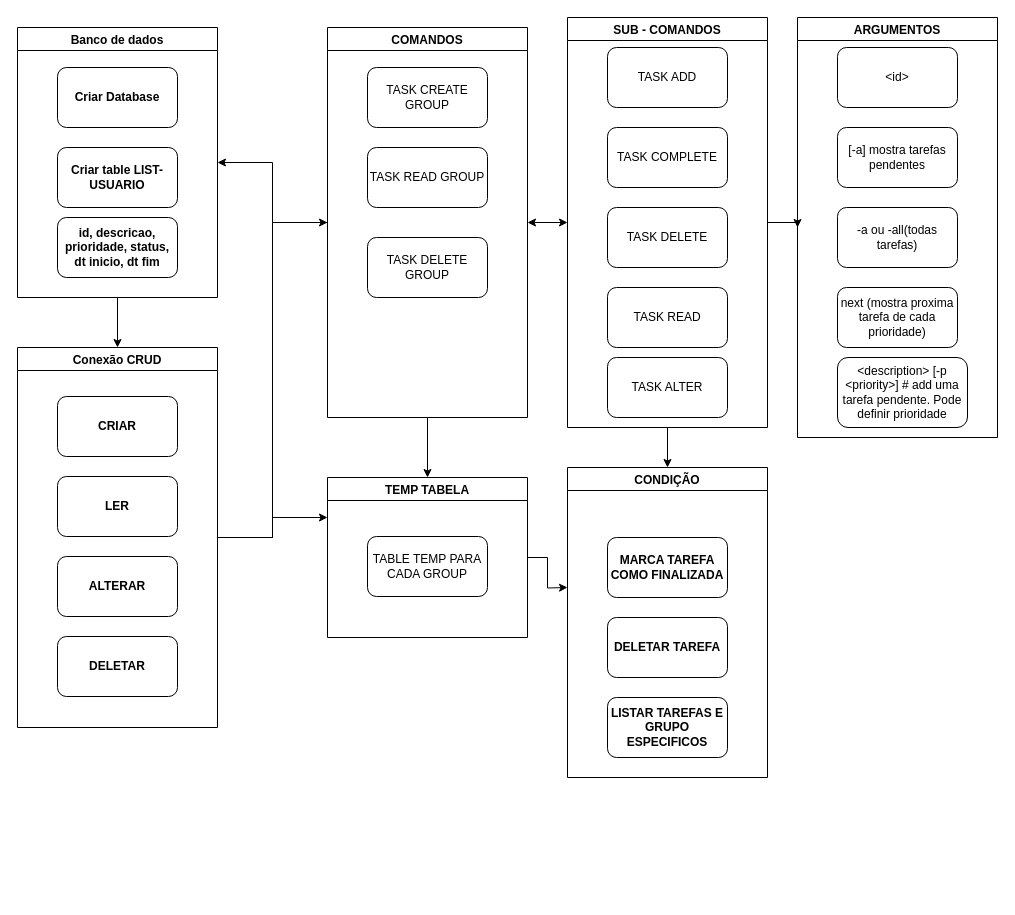
This is Doc/estrutura_projeto.drawio from SamuelFLM/CrudTaskPython, a draw.io file, before an edit. Source tidied: cells renumbered, new cells numbered last; positions are measured from the earlier drawing's top-left corner, leaving out a move shared by most shapes. Both pictures are drawn from the tidied source at 100%, with x=0, y=0 at pixel (17, 17).
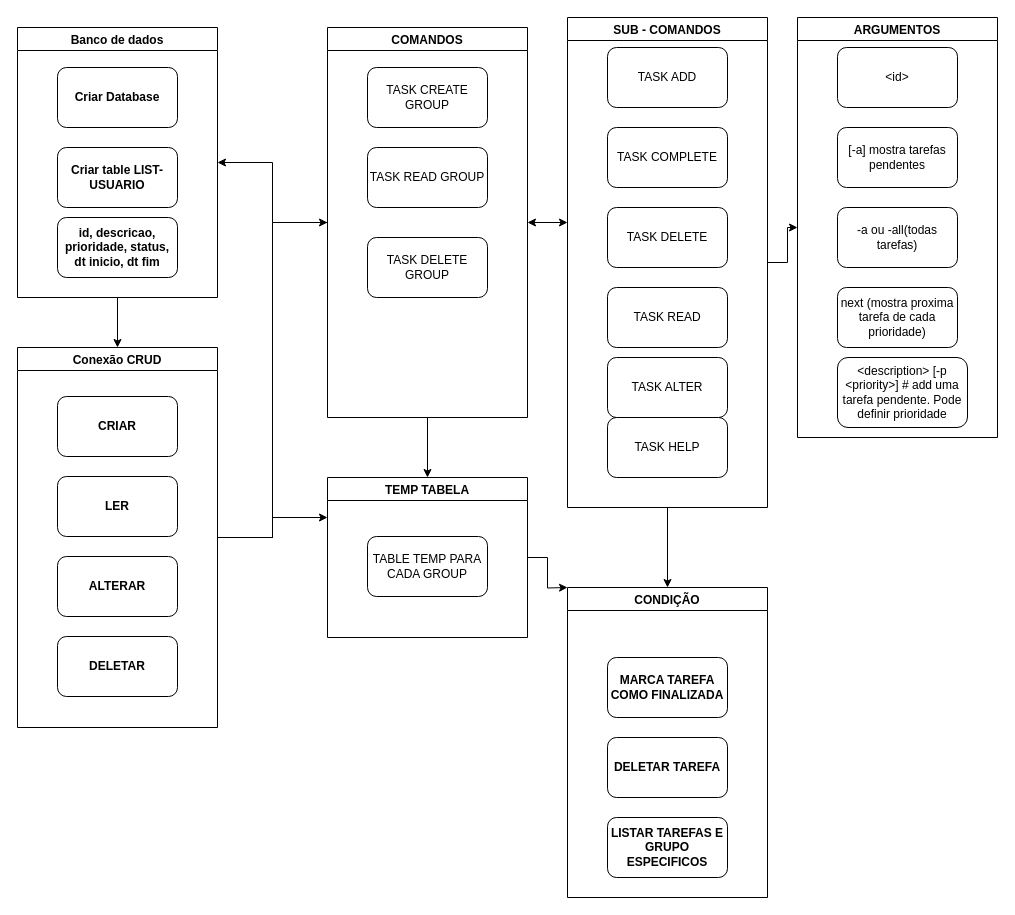
The same diagram, later.

The change refers to these unchanged cells:
```xml
<mxCell id="16" value="COMANDOS" style="swimlane;" parent="1" vertex="1">
  <mxGeometry x="310" y="10" width="200" height="390" as="geometry" />
</mxCell>
```

Change to the diagram source:
```diff
@@
     <mxCell id="22" value="SUB - COMANDOS" style="swimlane;" parent="1" vertex="1">
-      <mxGeometry x="550" width="200" height="410" as="geometry" />
+      <mxGeometry x="550" width="200" height="490" as="geometry" />
     </mxCell>
@@
+    <mxCell id="42" value="TASK HELP" style="rounded=1;whiteSpace=wrap;html=1;" parent="22" vertex="1">
+      <mxGeometry x="40" y="400" width="120" height="60" as="geometry" />
+    </mxCell>
-    <mxCell id="28" style="endArrow=classic;startArrow=classic;html=1;rounded=0;entryX=0;entryY=0.5;entryDx=0;entryDy=0;exitX=1;exitY=0.5;exitDx=0;exitDy=0;" parent="1" edge="1" source="16" target="22">
-      <mxGeometry relative="1" as="geometry" />
+    <mxCell id="28" style="endArrow=classic;startArrow=classic;html=1;rounded=0;exitX=1;exitY=0.5;exitDx=0;exitDy=0;" parent="1" edge="1" source="16">
+      <mxGeometry relative="1" as="geometry">
+        <mxPoint x="550" y="205" as="targetPoint" />
+      </mxGeometry>
     </mxCell>
@@
     <mxCell id="32" value="CONDIÇÃO" style="swimlane;" parent="1" vertex="1">
-      <mxGeometry x="550" y="450" width="200" height="310" as="geometry" />
+      <mxGeometry x="550" y="570" width="200" height="310" as="geometry" />
     </mxCell>
```
